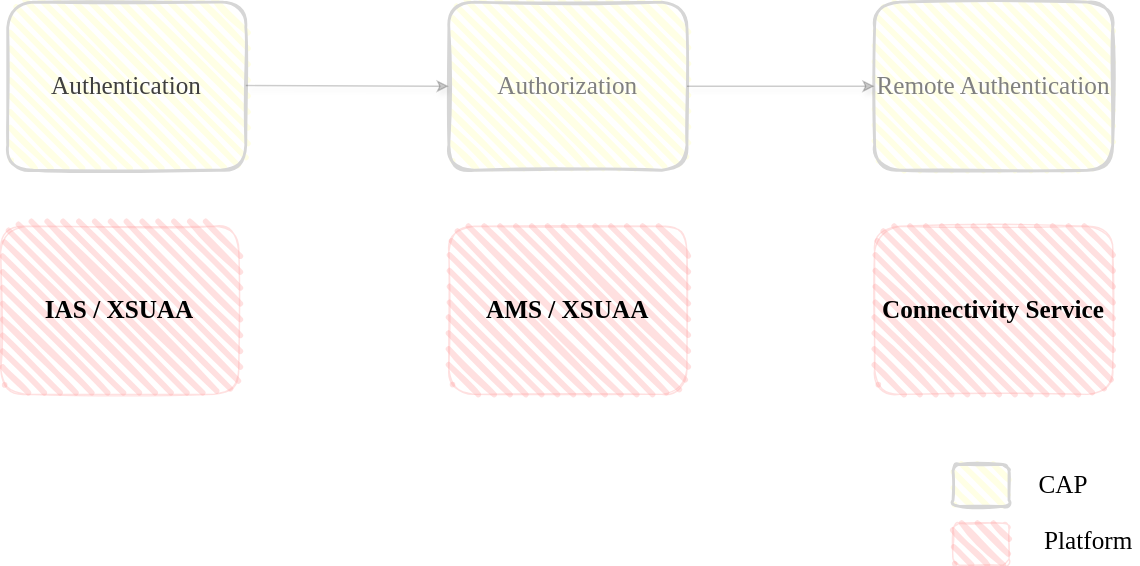
Before: guides/security/assets/security-platform-integration.drawio.svg, a diagram exported from draw.io (capire/docs). Source tidied: cells renumbered, new cells last; positions are measured from the earlier drawing's top-left corner, leaving out a move shared by most shapes.
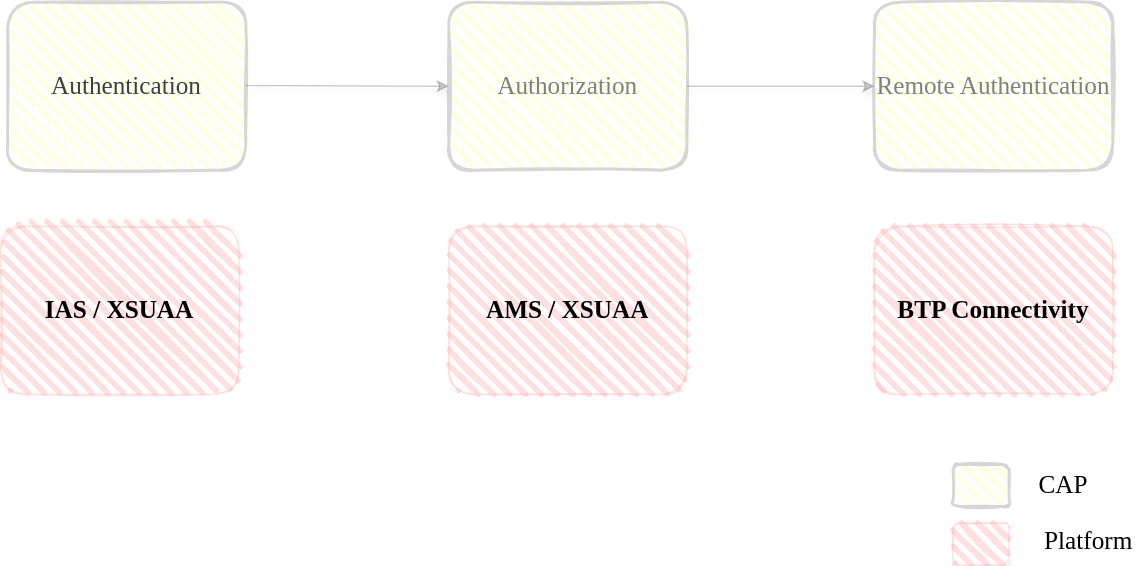
Above is the later version.

What changed in the source:
```diff
@@ -8,7 +8,7 @@
     <mxCell id="3" value="&lt;font style=&quot;font-size: 18px;&quot; face=&quot;Comic Sans MS&quot;&gt;&lt;b&gt;AMS / XSUAA&lt;/b&gt;&lt;/font&gt;" style="rounded=1;whiteSpace=wrap;html=1;strokeWidth=1;fillWeight=4;hachureGap=8;hachureAngle=45;fillColor=rgba(255,153,153,0.3);sketch=1;strokeColor=rgba(255,153,153,0.3);" parent="1" vertex="1">
       <mxGeometry x="320" y="160" width="170" height="120" as="geometry" />
     </mxCell>
-    <mxCell id="4" value="&lt;font style=&quot;font-size: 18px;&quot; face=&quot;Comic Sans MS&quot;&gt;&lt;b&gt;Connectivity Service&lt;/b&gt;&lt;/font&gt;" style="rounded=1;whiteSpace=wrap;html=1;strokeWidth=1;fillWeight=4;hachureGap=8;hachureAngle=45;fillColor=rgba(255,153,153,0.3);sketch=1;strokeColor=rgba(255,153,153,0.3);" parent="1" vertex="1">
+    <mxCell id="4" value="&lt;font style=&quot;font-size: 18px;&quot; face=&quot;Comic Sans MS&quot;&gt;&lt;b&gt;BTP Connectivity&lt;/b&gt;&lt;/font&gt;" style="rounded=1;whiteSpace=wrap;html=1;strokeWidth=1;fillWeight=4;hachureGap=8;hachureAngle=45;fillColor=rgba(255,153,153,0.3);sketch=1;strokeColor=rgba(255,153,153,0.3);" parent="1" vertex="1">
       <mxGeometry x="624" y="160" width="170" height="120" as="geometry" />
     </mxCell>
     <mxCell id="5" style="rounded=1;whiteSpace=wrap;html=1;strokeWidth=1;fillWeight=4;hachureGap=8;hachureAngle=45;fillColor=rgba(255,153,153,0.3);sketch=1;strokeColor=rgba(255,153,153,0.3);" parent="1" vertex="1">
```
